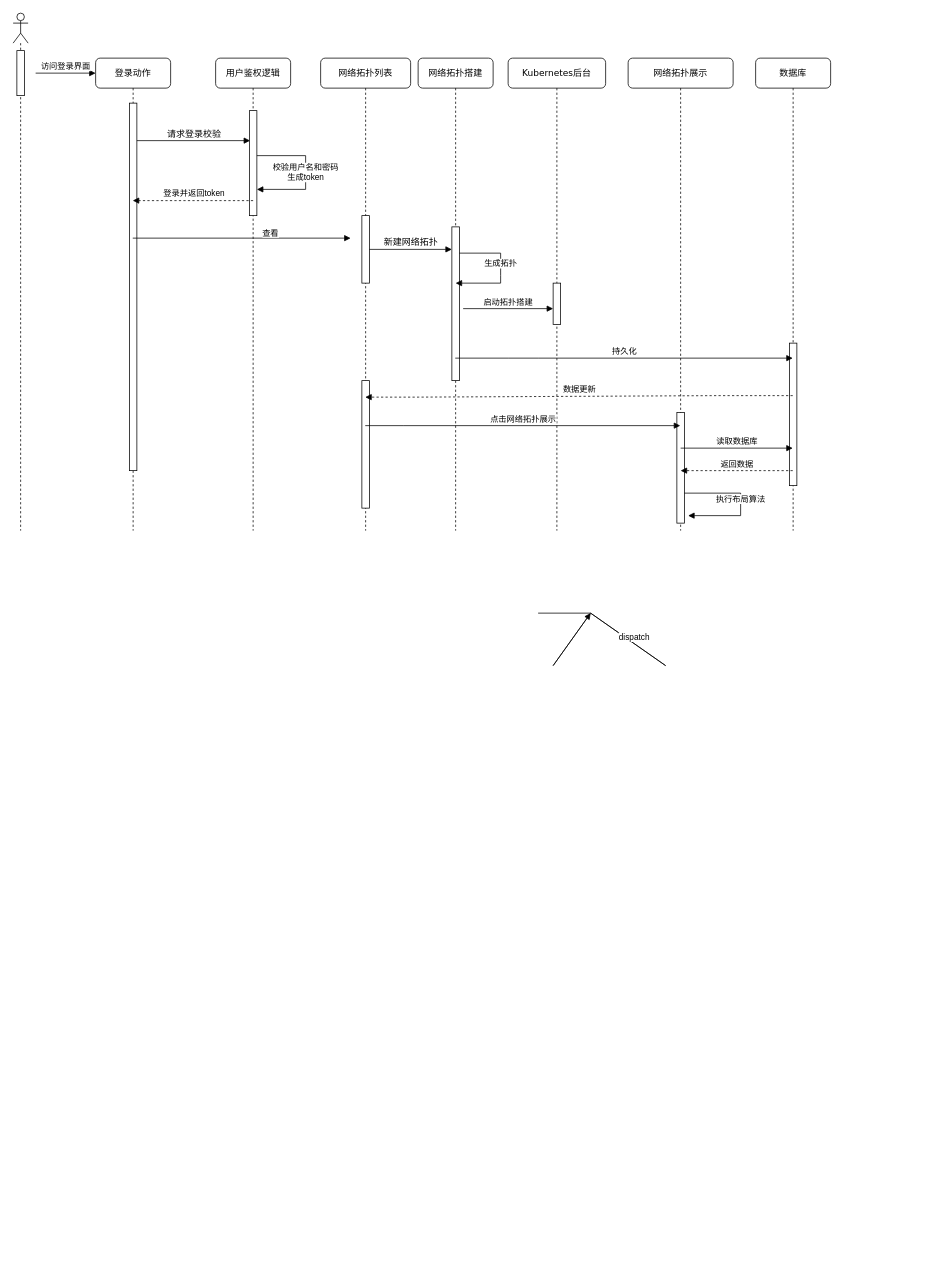
Before: 时序图.drawio in lvxiansen/drawio, a draw.io diagram. Source tidied: cells renumbered, new cells numbered last; positions are measured from the earlier drawing's top-left corner, leaving out a move shared by most shapes. Both pictures are drawn from the tidied source at 75%, with x=0, y=0 at pixel (13, 13).
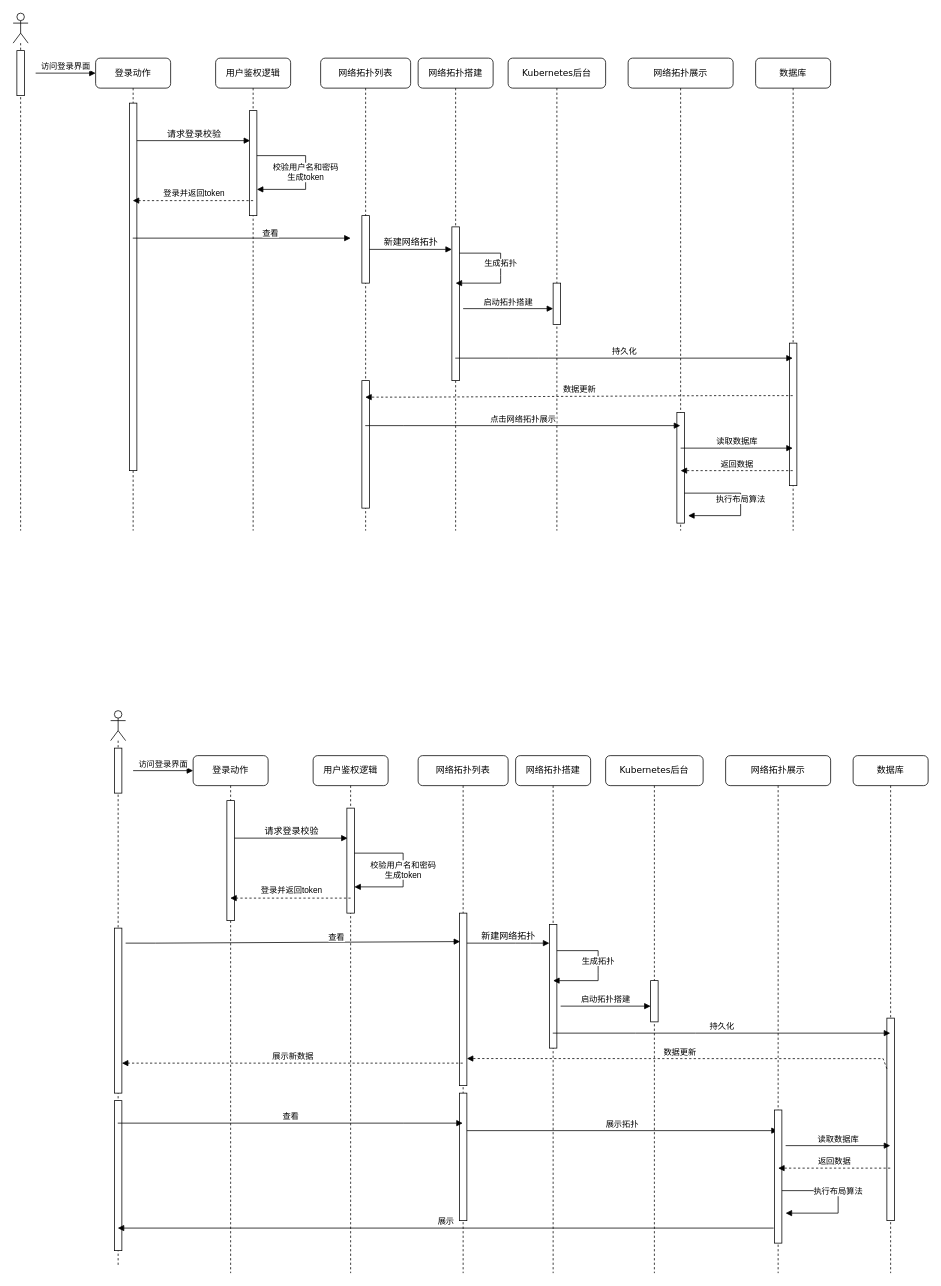
The same page after the edit.

Commit message (it also covers changes not shown here):
更新时序图.drawio

Diff of the diagram source:
```diff
@@
-    <mxCell id="31" value="dispatch" style="html=1;verticalAlign=bottom;endArrow=block;rounded=0;" parent="1" edge="1">
-      <mxGeometry relative="1" as="geometry">
-        <mxPoint x="700" y="800" as="sourcePoint" />
-        <mxPoint x="770" y="800" as="targetPoint" />
-        <Array as="points">
-          <mxPoint x="770" y="800" />
-          <mxPoint x="870" y="870" />
-          <mxPoint x="770" y="800" />
-          <mxPoint x="720" y="870" />
-        </Array>
-      </mxGeometry>
-    </mxCell>
@@
+    <mxCell id="35" value="网络拓扑列表" style="shape=umlLifeline;perimeter=lifelinePerimeter;whiteSpace=wrap;html=1;outlineConnect=0;rounded=1;shadow=0;comic=0;labelBackgroundColor=none;strokeWidth=1;fontFamily=Verdana;fontSize=12;align=center;" parent="1" vertex="1">
+      <mxGeometry x="540" y="990" width="120" height="690" as="geometry" />
+    </mxCell>
+    <mxCell id="36" style="html=1;points=[];perimeter=orthogonalPerimeter;rounded=0;shadow=0;comic=0;labelBackgroundColor=none;strokeWidth=1;fontFamily=Verdana;fontSize=12;align=center;" parent="35" vertex="1">
+      <mxGeometry x="55" y="210" width="10" height="230" as="geometry" />
+    </mxCell>
+    <mxCell id="37" style="rounded=0;whiteSpace=wrap;html=1;" parent="35" vertex="1">
+      <mxGeometry x="55" y="450" width="10" height="170" as="geometry" />
+    </mxCell>
+    <mxCell id="38" value="网络拓扑搭建" style="shape=umlLifeline;perimeter=lifelinePerimeter;whiteSpace=wrap;html=1;outlineConnect=0;rounded=1;shadow=0;comic=0;labelBackgroundColor=none;strokeWidth=1;fontFamily=Verdana;fontSize=12;align=center;" parent="1" vertex="1">
+      <mxGeometry x="670" y="990" width="100" height="690" as="geometry" />
+    </mxCell>
+    <mxCell id="39" style="html=1;points=[];perimeter=orthogonalPerimeter;rounded=0;shadow=0;comic=0;labelBackgroundColor=none;strokeWidth=1;fontFamily=Verdana;fontSize=12;align=center;" parent="38" vertex="1">
+      <mxGeometry x="45" y="225" width="10" height="165" as="geometry" />
+    </mxCell>
+    <mxCell id="40" value="展示拓扑" style="html=1;verticalAlign=bottom;endArrow=block;rounded=0;" parent="38" edge="1" target="47">
+      <mxGeometry relative="1" as="geometry">
+        <mxPoint x="-65" y="500" as="sourcePoint" />
+      </mxGeometry>
+    </mxCell>
+    <mxCell id="41" value="Kubernetes后台" style="shape=umlLifeline;perimeter=lifelinePerimeter;whiteSpace=wrap;html=1;rounded=1;shadow=0;comic=0;labelBackgroundColor=none;strokeWidth=1;fontFamily=Verdana;fontSize=12;align=center;" parent="1" vertex="1">
+      <mxGeometry x="790" y="990" width="130" height="690" as="geometry" />
+    </mxCell>
+    <mxCell id="42" style="rounded=0;whiteSpace=wrap;html=1;" parent="41" vertex="1">
+      <mxGeometry x="60" y="300" width="10" height="55" as="geometry" />
+    </mxCell>
+    <mxCell id="43" value="生成拓扑" style="html=1;verticalAlign=bottom;endArrow=block;rounded=0;" parent="41" edge="1" source="39">
+      <mxGeometry relative="1" as="geometry">
+        <mxPoint x="-70" y="300" as="targetPoint" />
+        <Array as="points">
+          <mxPoint x="-10" y="260" />
+          <mxPoint x="-10" y="290" />
+          <mxPoint x="-10" y="300" />
+          <mxPoint x="-70" y="300" />
+        </Array>
+      </mxGeometry>
+    </mxCell>
+    <mxCell id="44" value="启动拓扑搭建" style="html=1;verticalAlign=bottom;endArrow=block;rounded=0;" parent="41" edge="1">
+      <mxGeometry relative="1" as="geometry">
+        <mxPoint x="-60" y="334" as="sourcePoint" />
+        <mxPoint x="60" y="334" as="targetPoint" />
+      </mxGeometry>
+    </mxCell>
+    <mxCell id="45" value="数据库" style="shape=umlLifeline;perimeter=lifelinePerimeter;whiteSpace=wrap;html=1;outlineConnect=0;rounded=1;shadow=0;comic=0;labelBackgroundColor=none;strokeWidth=1;fontFamily=Verdana;fontSize=12;align=center;" parent="1" vertex="1">
+      <mxGeometry x="1120" y="990" width="100" height="690" as="geometry" />
+    </mxCell>
+    <mxCell id="46" style="rounded=0;whiteSpace=wrap;html=1;" parent="45" vertex="1">
+      <mxGeometry x="45" y="350" width="10" height="270" as="geometry" />
+    </mxCell>
+    <mxCell id="47" value="网络拓扑展示" style="shape=umlLifeline;perimeter=lifelinePerimeter;whiteSpace=wrap;html=1;outlineConnect=0;rounded=1;shadow=0;comic=0;labelBackgroundColor=none;strokeWidth=1;fontFamily=Verdana;fontSize=12;align=center;" parent="1" vertex="1">
+      <mxGeometry x="950" y="990" width="140" height="690" as="geometry" />
+    </mxCell>
+    <mxCell id="48" style="rounded=0;whiteSpace=wrap;html=1;" parent="47" vertex="1">
+      <mxGeometry x="65" y="472.5" width="10" height="177.5" as="geometry" />
+    </mxCell>
+    <mxCell id="49" value="返回数据" style="html=1;verticalAlign=bottom;endArrow=block;rounded=0;dashed=1;" parent="47" edge="1" source="45">
+      <mxGeometry relative="1" as="geometry">
+        <mxPoint x="70" y="550" as="targetPoint" />
+      </mxGeometry>
+    </mxCell>
+    <mxCell id="50" value="执行布局算法" style="html=1;verticalAlign=bottom;endArrow=block;rounded=0;" parent="47" edge="1">
+      <mxGeometry x="-0.03" relative="1" as="geometry">
+        <mxPoint x="75" y="580" as="sourcePoint" />
+        <mxPoint x="80" y="610" as="targetPoint" />
+        <Array as="points">
+          <mxPoint x="150" y="580" />
+          <mxPoint x="150" y="610" />
+        </Array>
+      </mxGeometry>
+    </mxCell>
+    <mxCell id="51" value="登录动作" style="shape=umlLifeline;perimeter=lifelinePerimeter;whiteSpace=wrap;html=1;outlineConnect=0;rounded=1;shadow=0;comic=0;labelBackgroundColor=none;strokeWidth=1;fontFamily=Verdana;fontSize=12;align=center;" parent="1" vertex="1">
+      <mxGeometry x="240" y="990" width="100" height="690" as="geometry" />
+    </mxCell>
+    <mxCell id="52" style="html=1;points=[];perimeter=orthogonalPerimeter;rounded=0;shadow=0;comic=0;labelBackgroundColor=none;strokeWidth=1;fontFamily=Verdana;fontSize=12;align=center;" parent="51" vertex="1">
+      <mxGeometry x="45" y="60" width="10" height="160" as="geometry" />
+    </mxCell>
+    <mxCell id="53" value="请求登录校验" style="html=1;verticalAlign=bottom;endArrow=block;labelBackgroundColor=none;fontFamily=Verdana;fontSize=12;edgeStyle=elbowEdgeStyle;elbow=vertical;entryX=0.1;entryY=0.286;entryDx=0;entryDy=0;entryPerimeter=0;" parent="1" edge="1" source="52" target="56">
+      <mxGeometry relative="1" as="geometry">
+        <Array as="points">
+          <mxPoint x="400" y="1100" />
+        </Array>
+      </mxGeometry>
+    </mxCell>
+    <mxCell id="54" value="新建网络拓扑" style="html=1;verticalAlign=bottom;endArrow=block;labelBackgroundColor=none;fontFamily=Verdana;fontSize=12;edgeStyle=elbowEdgeStyle;elbow=vertical;" parent="1" edge="1" source="36" target="39">
+      <mxGeometry relative="1" as="geometry">
+        <Array as="points">
+          <mxPoint x="680" y="1240" />
+          <mxPoint x="720" y="1270" />
+          <mxPoint x="710" y="1270" />
+          <mxPoint x="720" y="1270" />
+        </Array>
+      </mxGeometry>
+    </mxCell>
+    <mxCell id="55" value="用户鉴权逻辑" style="shape=umlLifeline;perimeter=lifelinePerimeter;whiteSpace=wrap;html=1;rounded=1;shadow=0;comic=0;labelBackgroundColor=none;strokeWidth=1;fontFamily=Verdana;fontSize=12;align=center;" parent="1" vertex="1">
+      <mxGeometry x="400" y="990" width="100" height="690" as="geometry" />
+    </mxCell>
+    <mxCell id="56" style="html=1;points=[];perimeter=orthogonalPerimeter;rounded=0;shadow=0;comic=0;labelBackgroundColor=none;strokeWidth=1;fontFamily=Verdana;fontSize=12;align=center;" parent="55" vertex="1">
+      <mxGeometry x="45" y="70" width="10" height="140" as="geometry" />
+    </mxCell>
+    <mxCell id="57" value="校验用户名和密码&lt;br&gt;生成token" style="html=1;verticalAlign=bottom;endArrow=block;rounded=0;" parent="55" edge="1" source="56" target="56">
+      <mxGeometry x="0.18" relative="1" as="geometry">
+        <Array as="points">
+          <mxPoint x="120" y="130" />
+          <mxPoint x="120" y="175" />
+        </Array>
+      </mxGeometry>
+    </mxCell>
+    <mxCell id="58" style="shape=umlLifeline;participant=umlActor;perimeter=lifelinePerimeter;whiteSpace=wrap;html=1;verticalAlign=top;spacingTop=36;outlineConnect=0;" parent="1" vertex="1">
+      <mxGeometry x="130" y="930" width="20" height="740" as="geometry" />
+    </mxCell>
+    <mxCell id="59" style="rounded=0;whiteSpace=wrap;html=1;" parent="58" vertex="1">
+      <mxGeometry x="5" y="50" width="10" height="60" as="geometry" />
+    </mxCell>
+    <mxCell id="60" style="rounded=0;whiteSpace=wrap;html=1;" parent="58" vertex="1">
+      <mxGeometry x="5" y="290" width="10" height="220" as="geometry" />
+    </mxCell>
+    <mxCell id="61" style="rounded=0;whiteSpace=wrap;html=1;" parent="58" vertex="1">
+      <mxGeometry x="5" y="520" width="10" height="200" as="geometry" />
+    </mxCell>
+    <mxCell id="62" value="访问登录界面" style="html=1;verticalAlign=bottom;endArrow=block;rounded=0;" parent="1" edge="1">
+      <mxGeometry relative="1" as="geometry">
+        <mxPoint x="160" y="1010" as="sourcePoint" />
+        <mxPoint x="240" y="1010" as="targetPoint" />
+      </mxGeometry>
+    </mxCell>
+    <mxCell id="63" style="html=1;verticalAlign=bottom;endArrow=block;rounded=0;exitX=0.5;exitY=0.857;exitDx=0;exitDy=0;exitPerimeter=0;dashed=1;" parent="1" edge="1" source="56" target="51">
+      <mxGeometry x="0.12" y="-20" relative="1" as="geometry" />
+    </mxCell>
+    <mxCell id="64" value="登录并返回token" style="edgeLabel;html=1;align=center;verticalAlign=middle;" parent="63" vertex="1">
+      <mxGeometry x="-0.23" relative="1" as="geometry">
+        <mxPoint x="-18" y="-10" as="offset" />
+      </mxGeometry>
+    </mxCell>
+    <mxCell id="65" value="查看" style="html=1;verticalAlign=bottom;endArrow=block;rounded=0;entryX=0.1;entryY=0.165;entryDx=0;entryDy=0;entryPerimeter=0;" parent="1" edge="1" target="36">
+      <mxGeometry x="0.26" y="-2" relative="1" as="geometry">
+        <mxPoint x="150" y="1240" as="sourcePoint" />
+        <Array as="points">
+          <mxPoint x="190" y="1240" />
+        </Array>
+      </mxGeometry>
+    </mxCell>
+    <mxCell id="66" value="持久化" style="html=1;verticalAlign=bottom;endArrow=block;rounded=0;" parent="1" edge="1" source="38" target="45">
+      <mxGeometry relative="1" as="geometry">
+        <Array as="points">
+          <mxPoint x="830" y="1360" />
+          <mxPoint x="910" y="1360" />
+        </Array>
+      </mxGeometry>
+    </mxCell>
+    <mxCell id="67" value="数据更新" style="html=1;verticalAlign=bottom;endArrow=block;rounded=0;dashed=1;exitX=0;exitY=0.25;exitDx=0;exitDy=0;entryX=1;entryY=0.843;entryDx=0;entryDy=0;entryPerimeter=0;" parent="1" edge="1" source="46" target="36">
+      <mxGeometry relative="1" as="geometry">
+        <Array as="points">
+          <mxPoint x="1160" y="1394" />
+          <mxPoint x="990" y="1394" />
+          <mxPoint x="940" y="1394" />
+        </Array>
+      </mxGeometry>
+    </mxCell>
+    <mxCell id="68" value="查看" style="html=1;verticalAlign=bottom;endArrow=block;rounded=0;" parent="1" edge="1" source="58" target="35">
+      <mxGeometry relative="1" as="geometry">
+        <Array as="points">
+          <mxPoint x="520" y="1480" />
+        </Array>
+      </mxGeometry>
+    </mxCell>
+    <mxCell id="69" value="读取数据库" style="html=1;verticalAlign=bottom;endArrow=block;rounded=0;" parent="1" edge="1" target="45">
+      <mxGeometry relative="1" as="geometry">
+        <mxPoint x="1030" y="1510" as="sourcePoint" />
+        <Array as="points">
+          <mxPoint x="1100" y="1510" />
+        </Array>
+      </mxGeometry>
+    </mxCell>
+    <mxCell id="70" value="展示" style="html=1;verticalAlign=bottom;endArrow=block;rounded=0;exitX=-0.1;exitY=0.887;exitDx=0;exitDy=0;exitPerimeter=0;" parent="1" edge="1" source="48" target="58">
+      <mxGeometry relative="1" as="geometry" />
+    </mxCell>
+    <mxCell id="71" value="展示新数据" style="html=1;verticalAlign=bottom;endArrow=block;rounded=0;dashed=1;" parent="1" edge="1" source="35">
+      <mxGeometry relative="1" as="geometry">
+        <mxPoint x="145" y="1400" as="targetPoint" />
+      </mxGeometry>
+    </mxCell>
```
